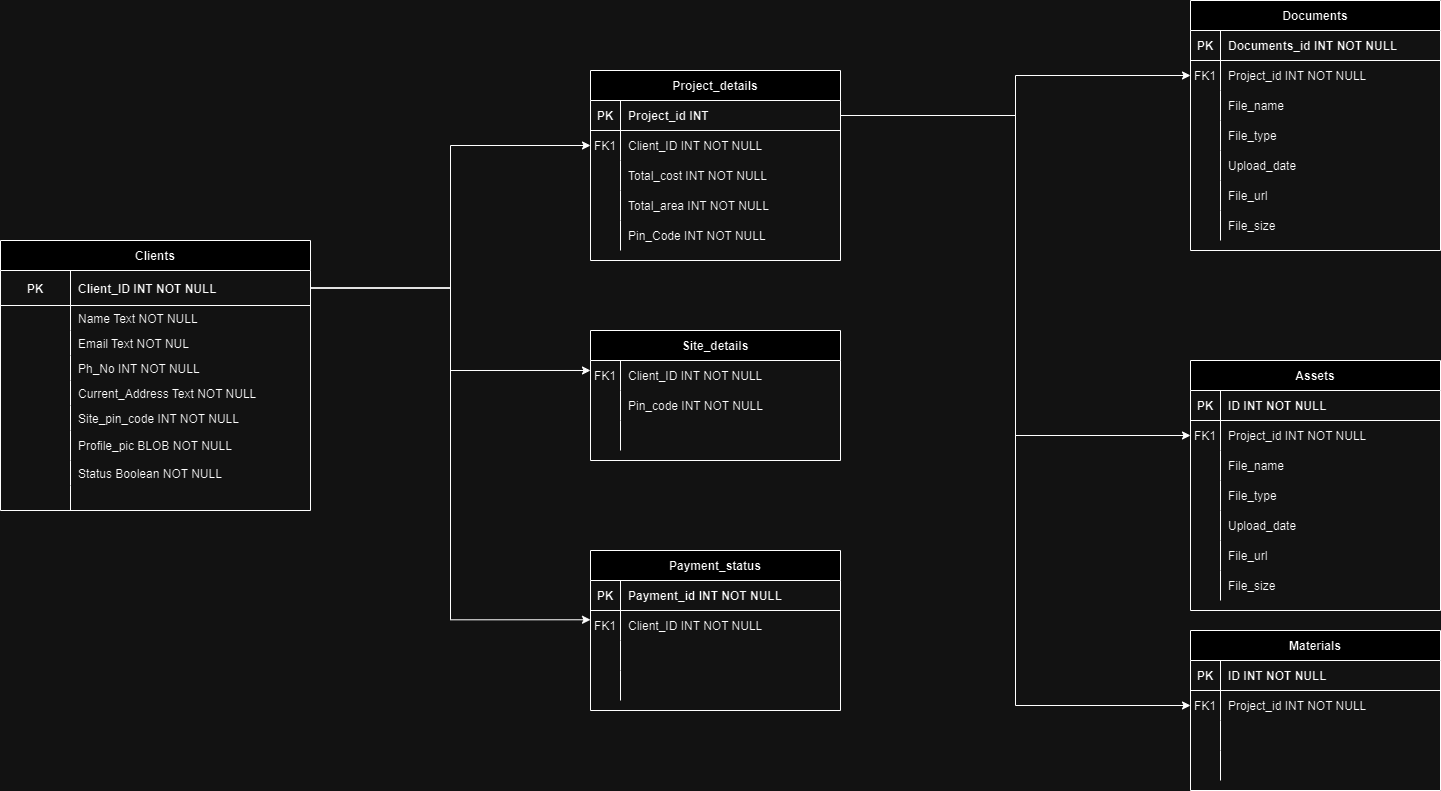
Earlier version of the draw.io export Untitled Diagram.drawio.png (tejudharanesh/database_design). Source tidied: cells renumbered, new cells last; positions are measured from the earlier drawing's top-left corner, leaving out a move shared by most shapes.
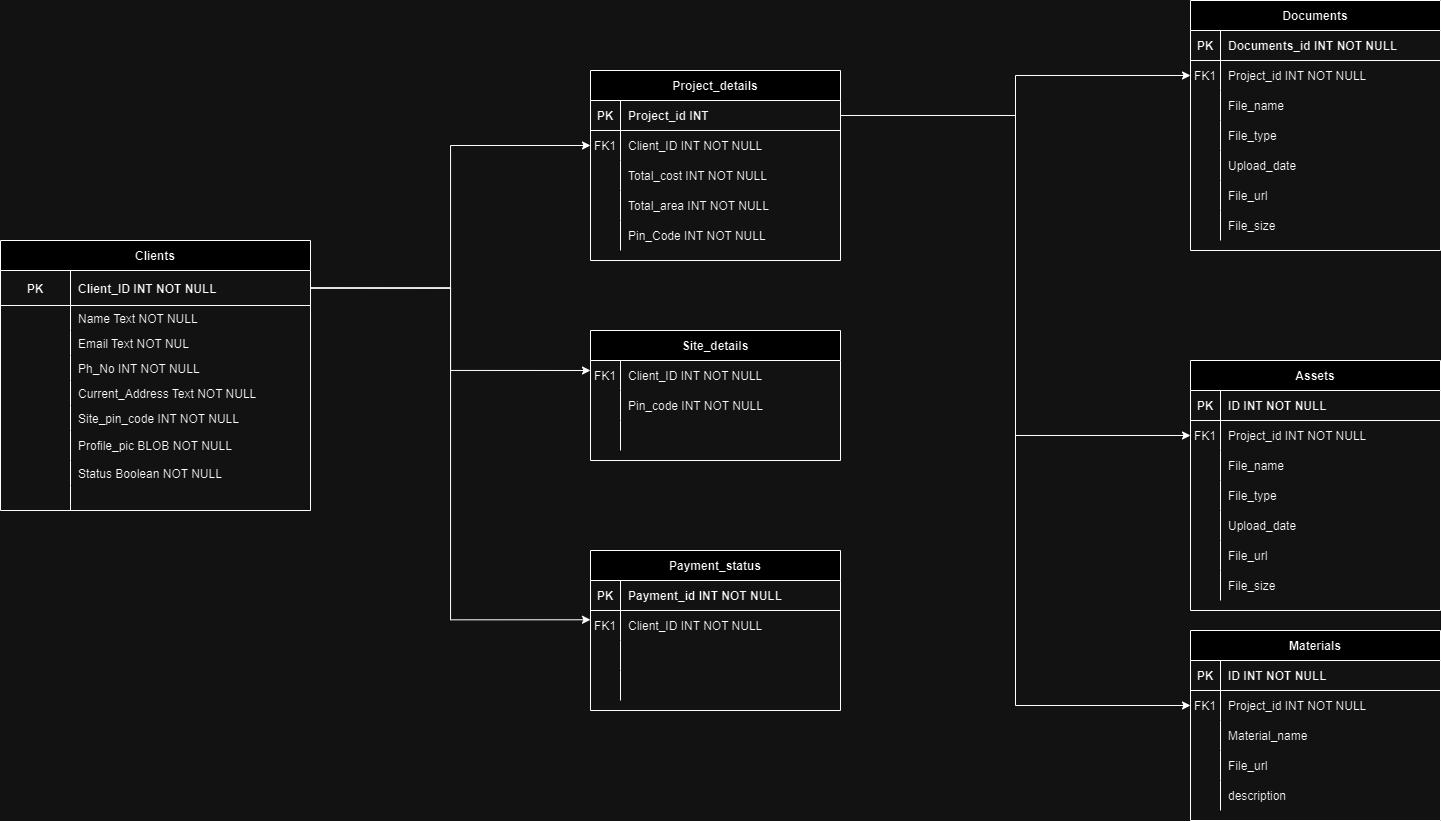
Later version of the same file.

What changed in the source:
```diff
@@ -231,7 +231,7 @@
       <mxGeometry x="30" width="220" height="30" as="geometry" />
     </mxCell>
     <mxCell id="78" value="Materials" style="shape=table;startSize=30;rowLines=0;fontStyle=1;align=center;" parent="1" vertex="1">
-      <mxGeometry x="1190" y="630" width="250" height="160" as="geometry" />
+      <mxGeometry x="1190" y="630" width="250" height="190" as="geometry" />
     </mxCell>
     <mxCell id="79" style="shape=partialRectangle;fillColor=none;top=0;left=0;right=0;bottom=1;" parent="78" vertex="1">
       <mxGeometry y="30" width="250" height="30" as="geometry" />
@@ -257,7 +257,7 @@
     <mxCell id="86" style="shape=partialRectangle;overflow=hidden;fillColor=none;top=0;left=0;bottom=0;right=0;" parent="85" vertex="1">
       <mxGeometry width="30" height="30" as="geometry" />
     </mxCell>
-    <mxCell id="87" style="shape=partialRectangle;overflow=hidden;fillColor=none;top=0;left=0;bottom=0;right=0;align=left;spacingLeft=6;" parent="85" vertex="1">
+    <mxCell id="87" value="Material_name" style="shape=partialRectangle;overflow=hidden;fillColor=none;top=0;left=0;bottom=0;right=0;align=left;spacingLeft=6;" parent="85" vertex="1">
       <mxGeometry x="30" width="220" height="30" as="geometry" />
     </mxCell>
     <mxCell id="88" style="shape=partialRectangle;fillColor=none;top=0;left=0;right=0;bottom=0;" parent="78" vertex="1">
@@ -266,9 +266,18 @@
     <mxCell id="89" style="shape=partialRectangle;overflow=hidden;fillColor=none;top=0;left=0;bottom=0;right=0;" parent="88" vertex="1">
       <mxGeometry width="30" height="30" as="geometry" />
     </mxCell>
-    <mxCell id="90" style="shape=partialRectangle;overflow=hidden;fillColor=none;top=0;left=0;bottom=0;right=0;align=left;spacingLeft=6;" parent="88" vertex="1">
+    <mxCell id="90" value="File_url" style="shape=partialRectangle;overflow=hidden;fillColor=none;top=0;left=0;bottom=0;right=0;align=left;spacingLeft=6;" parent="88" vertex="1">
       <mxGeometry x="30" width="220" height="30" as="geometry" />
     </mxCell>
+    <mxCell id="132" style="shape=partialRectangle;fillColor=none;top=0;left=0;right=0;bottom=0;" parent="78" vertex="1">
+      <mxGeometry y="150" width="250" height="30" as="geometry" />
+    </mxCell>
+    <mxCell id="133" style="shape=partialRectangle;overflow=hidden;fillColor=none;top=0;left=0;bottom=0;right=0;" parent="132" vertex="1">
+      <mxGeometry width="30" height="30" as="geometry" />
+    </mxCell>
+    <mxCell id="134" value="description" style="shape=partialRectangle;overflow=hidden;fillColor=none;top=0;left=0;bottom=0;right=0;align=left;spacingLeft=6;" parent="132" vertex="1">
+      <mxGeometry x="30" width="220" height="30" as="geometry" />
+    </mxCell>
     <mxCell id="91" value="Payment_status" style="shape=table;startSize=30;rowLines=0;fontStyle=1;align=center;" parent="1" vertex="1">
       <mxGeometry x="590" y="550" width="250" height="160" as="geometry" />
     </mxCell>
```
